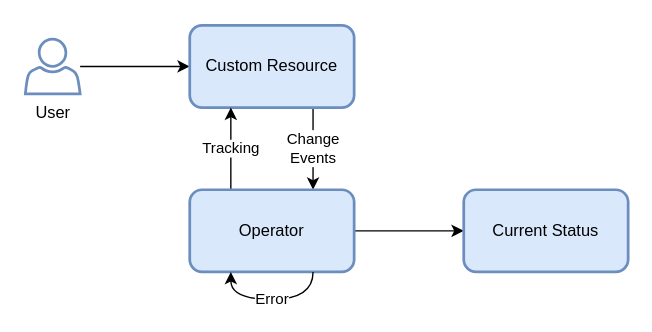
This is page "第 7 页" (7 of 8) of st/k8s.drawio from gaivin/drawio, a draw.io file, before an edit. Source tidied: cells renumbered, new cells numbered last; positions are measured from the earlier drawing's top-left corner, leaving out a move shared by most shapes. Both pictures are drawn from the tidied source at 137%, with x=0, y=0 at pixel (25, 25).
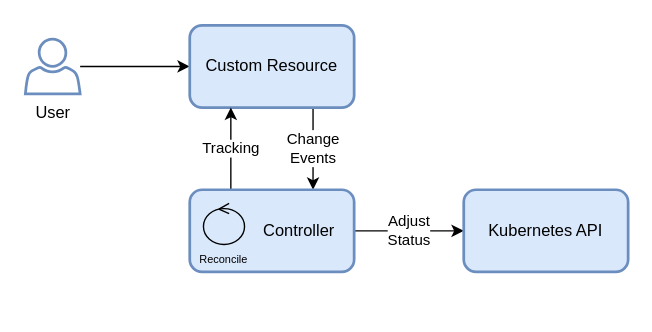
The same diagram, later.

What changed in the source:
```diff
@@
 <mxGraphModel>
   <root>
     <mxCell id="0" />
     <mxCell id="1" parent="0" />
     <mxCell id="2" style="edgeStyle=orthogonalEdgeStyle;rounded=0;jettySize=auto;html=1;" parent="1" edge="1" source="3" target="5">
       <mxGeometry relative="1" as="geometry" />
     </mxCell>
     <mxCell id="3" value="User" style="sketch=0;shadow=0;dashed=0;html=1;strokeColor=#6c8ebf;fillColor=none;labelPosition=center;verticalLabelPosition=bottom;verticalAlign=top;outlineConnect=0;align=center;shape=mxgraph.office.users.user;strokeWidth=2;" parent="1" vertex="1">
       <mxGeometry y="10" width="40" height="40" as="geometry" />
     </mxCell>
     <mxCell id="4" value="Change &lt;br&gt;Events" style="edgeStyle=orthogonalEdgeStyle;rounded=0;jettySize=auto;html=1;exitX=0.75;exitY=1;exitDx=0;exitDy=0;entryX=0.75;entryY=0;entryDx=0;entryDy=0;" parent="1" edge="1" source="5" target="8">
       <mxGeometry relative="1" as="geometry" />
     </mxCell>
     <mxCell id="5" value="Custom Resource" style="rounded=1;whiteSpace=wrap;html=1;fillColor=#dae8fc;strokeColor=#6c8ebf;strokeWidth=2;" parent="1" vertex="1">
       <mxGeometry x="120" width="120" height="60" as="geometry" />
     </mxCell>
     <mxCell id="6" value="Tracking" style="edgeStyle=orthogonalEdgeStyle;rounded=0;jettySize=auto;html=1;exitX=0.25;exitY=0;exitDx=0;exitDy=0;entryX=0.25;entryY=1;entryDx=0;entryDy=0;" parent="1" edge="1" source="8" target="5">
       <mxGeometry relative="1" as="geometry" />
     </mxCell>
-    <mxCell id="7" style="edgeStyle=orthogonalEdgeStyle;rounded=0;jettySize=auto;html=1;exitX=1;exitY=0.5;exitDx=0;exitDy=0;" parent="1" edge="1" source="8" target="9">
+    <mxCell id="7" value="Adjust &lt;br&gt;Status" style="edgeStyle=orthogonalEdgeStyle;rounded=0;jettySize=auto;html=1;exitX=1;exitY=0.5;exitDx=0;exitDy=0;" parent="1" edge="1" source="8" target="9">
       <mxGeometry relative="1" as="geometry" />
     </mxCell>
-    <mxCell id="8" value="Operator" style="rounded=1;whiteSpace=wrap;html=1;fillColor=#dae8fc;strokeColor=#6c8ebf;strokeWidth=2;" parent="1" vertex="1">
+    <mxCell id="8" value="&amp;nbsp; &amp;nbsp; &amp;nbsp; &amp;nbsp; &amp;nbsp; &amp;nbsp; Controller" style="rounded=1;whiteSpace=wrap;html=1;fillColor=#dae8fc;strokeColor=#6c8ebf;strokeWidth=2;" parent="1" vertex="1">
       <mxGeometry x="120" y="120" width="120" height="60" as="geometry" />
     </mxCell>
-    <mxCell id="9" value="Current Status" style="rounded=1;whiteSpace=wrap;html=1;fillColor=#dae8fc;strokeColor=#6c8ebf;strokeWidth=2;" parent="1" vertex="1">
+    <mxCell id="9" value="Kubernetes API" style="rounded=1;whiteSpace=wrap;html=1;fillColor=#dae8fc;strokeColor=#6c8ebf;strokeWidth=2;" parent="1" vertex="1">
       <mxGeometry x="320" y="120" width="120" height="60" as="geometry" />
     </mxCell>
-    <mxCell id="10" value="Error" style="edgeStyle=orthogonalEdgeStyle;rounded=0;orthogonalLoop=1;jettySize=auto;html=1;exitX=0.75;exitY=1;exitDx=0;exitDy=0;entryX=0.25;entryY=1;entryDx=0;entryDy=0;curved=1;" parent="1" edge="1" source="8" target="8">
-      <mxGeometry relative="1" as="geometry" />
-    </mxCell>
+    <mxCell id="11" value="Reconcile" style="ellipse;shape=umlControl;whiteSpace=wrap;html=1;fontSize=8;labelPosition=center;verticalLabelPosition=bottom;align=center;verticalAlign=top;fillColor=none;" parent="1" vertex="1">
+      <mxGeometry x="130" y="130" width="30" height="30" as="geometry" />
+    </mxCell>
   </root>
 </mxGraphModel>
```
